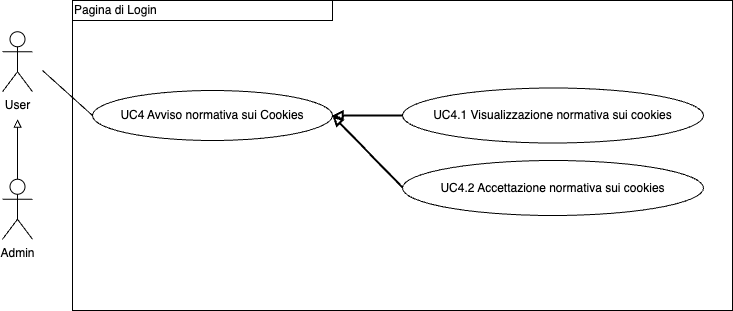
Before: imgs/Uml/UC4.png, a diagram exported from draw.io (ShameIRL/farmacode). Source tidied: cells renumbered, new cells last; positions are measured from the earlier drawing's top-left corner, leaving out a move shared by most shapes.
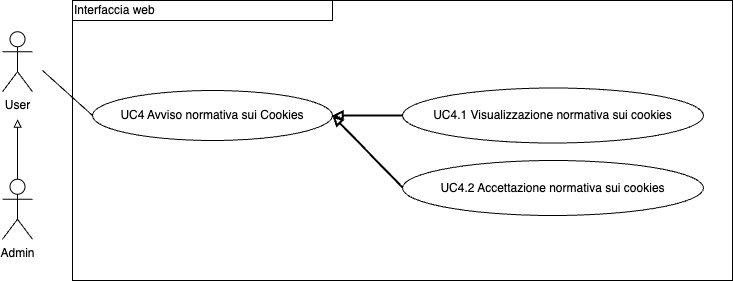
Later version of the same file.

What changed in the source:
```diff
@@ -21,7 +21,7 @@
     <mxCell id="6" value="Admin" style="shape=umlActor;verticalLabelPosition=bottom;verticalAlign=top;html=1;outlineConnect=0;" parent="1" vertex="1">
       <mxGeometry y="178.8" width="30" height="60" as="geometry" />
     </mxCell>
-    <mxCell id="7" value="&lt;div style=&quot;&quot;&gt;&lt;span style=&quot;background-color: initial;&quot;&gt;Pagina di Login&lt;/span&gt;&lt;/div&gt;" style="rounded=0;whiteSpace=wrap;html=1;fillColor=none;align=left;" parent="1" vertex="1">
+    <mxCell id="7" value="&lt;div style=&quot;&quot;&gt;&lt;span style=&quot;background-color: initial;&quot;&gt;Interfaccia web&lt;/span&gt;&lt;/div&gt;" style="rounded=0;whiteSpace=wrap;html=1;fillColor=none;align=left;" parent="1" vertex="1">
       <mxGeometry x="70" width="260" height="20" as="geometry" />
     </mxCell>
     <mxCell id="8" value="UC4.1 Visualizzazione&amp;nbsp;normativa sui cookies" style="ellipse;whiteSpace=wrap;html=1;" parent="1" vertex="1">
@@ -38,8 +38,8 @@
         <mxPoint x="400" y="187" as="sourcePoint" />
       </mxGeometry>
     </mxCell>
-    <mxCell id="12" style="rounded=0;whiteSpace=wrap;html=1;fillColor=none;" parent="1" vertex="1">
-      <mxGeometry x="70" width="660" height="310" as="geometry" />
-    </mxCell>
+    <mxCell id="13" style="rounded=0;whiteSpace=wrap;html=1;fillColor=none;" parent="1" vertex="1">
+      <mxGeometry x="70" width="660" height="280" as="geometry" />
+    </mxCell>
   </root>
 </mxGraphModel>
```
